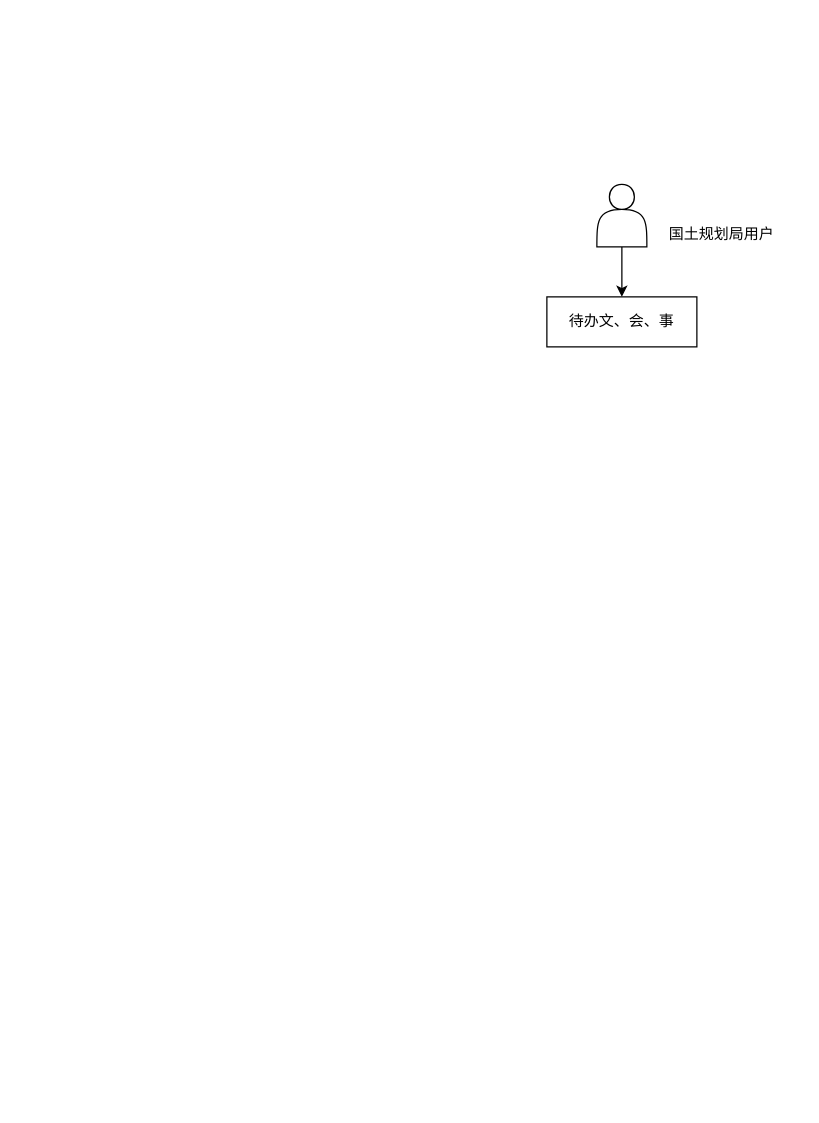
Above: 中软对接.drawio in 806100963/draw.io (draw.io), before the change. Source tidied: cells renumbered, new cells numbered last; positions are measured from the earlier drawing's top-left corner, leaving out a move shared by most shapes. Both pictures are drawn from the tidied source at 125%, with x=0, y=0 at pixel (546, 184).
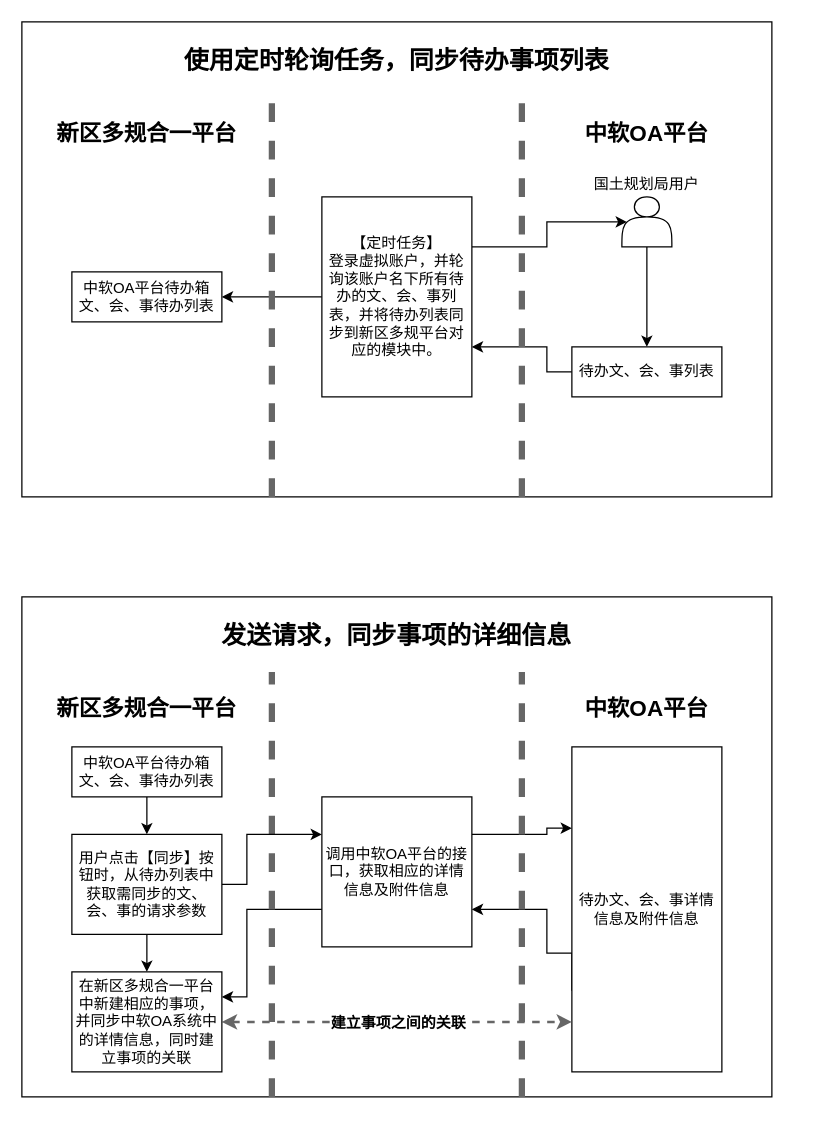
After the change.

Diff of the diagram source:
```diff
@@
+    <mxCell id="6" style="rounded=0;whiteSpace=wrap;html=1;" parent="1" vertex="1">
+      <mxGeometry x="-420" y="-130" width="600" height="380" as="geometry" />
+    </mxCell>
+    <mxCell id="7" style="edgeStyle=orthogonalEdgeStyle;rounded=0;jettySize=auto;html=1;exitX=0;exitY=0.5;exitDx=0;exitDy=0;entryX=1;entryY=0.75;entryDx=0;entryDy=0;" parent="1" edge="1" source="2" target="10">
+      <mxGeometry relative="1" as="geometry">
+        <Array as="points">
+          <mxPoint y="150" />
+          <mxPoint y="130" />
+        </Array>
+      </mxGeometry>
+    </mxCell>
-    <mxCell id="2" value="待办文、会、事" style="rounded=0;whiteSpace=wrap;html=1;" parent="1" vertex="1">
-      <mxGeometry y="90" width="120" height="40" as="geometry" />
+    <mxCell id="2" value="待办文、会、事列表" style="rounded=0;whiteSpace=wrap;html=1;" parent="1" vertex="1">
+      <mxGeometry x="20" y="130" width="120" height="40" as="geometry" />
     </mxCell>
@@
     <mxCell id="4" style="shape=actor;whiteSpace=wrap;html=1;" parent="1" vertex="1">
-      <mxGeometry x="40" width="40" height="50" as="geometry" />
+      <mxGeometry x="60" y="10" width="40" height="40" as="geometry" />
     </mxCell>
     <mxCell id="5" value="国土规划局用户" style="text;html=1;strokeColor=none;fillColor=none;align=center;verticalAlign=middle;whiteSpace=wrap;rounded=0;" parent="1" vertex="1">
-      <mxGeometry x="80" y="30" width="120" height="20" as="geometry" />
+      <mxGeometry x="30" y="-10" width="100" height="20" as="geometry" />
     </mxCell>
+    <mxCell id="8" style="edgeStyle=orthogonalEdgeStyle;rounded=0;jettySize=auto;html=1;exitX=1;exitY=0.25;exitDx=0;exitDy=0;entryX=0.1;entryY=0.5;entryDx=0;entryDy=0;entryPerimeter=0;" parent="1" edge="1" source="10" target="4">
+      <mxGeometry relative="1" as="geometry" />
+    </mxCell>
+    <mxCell id="9" style="edgeStyle=orthogonalEdgeStyle;rounded=0;jettySize=auto;html=1;exitX=0;exitY=0.5;exitDx=0;exitDy=0;entryX=1;entryY=0.5;entryDx=0;entryDy=0;" parent="1" edge="1" source="10" target="11">
+      <mxGeometry relative="1" as="geometry" />
+    </mxCell>
+    <mxCell id="10" value="&lt;span&gt;【定时任务】&lt;br&gt;登录虚拟账户，并轮询该账户名下所有待办的文、会、事列表，并将待办列表同步到新区多规平台对应的模块中。&lt;/span&gt;" style="rounded=0;whiteSpace=wrap;html=1;" parent="1" vertex="1">
+      <mxGeometry x="-180" y="10" width="120" height="160" as="geometry" />
+    </mxCell>
+    <mxCell id="11" value="中软OA平台待办箱&lt;br&gt;文、会、事待办列表" style="rounded=0;whiteSpace=wrap;html=1;" parent="1" vertex="1">
+      <mxGeometry x="-380" y="70" width="120" height="40" as="geometry" />
+    </mxCell>
+    <mxCell id="12" style="endArrow=none;dashed=1;html=1;strokeWidth=5;fillColor=#f5f5f5;strokeColor=#666666;" parent="1" edge="1">
+      <mxGeometry relative="1" as="geometry">
+        <mxPoint x="-220" y="250" as="sourcePoint" />
+        <mxPoint x="-220" y="-70" as="targetPoint" />
+      </mxGeometry>
+    </mxCell>
+    <mxCell id="13" style="endArrow=none;dashed=1;html=1;strokeWidth=5;fillColor=#f5f5f5;strokeColor=#666666;" parent="1" edge="1">
+      <mxGeometry relative="1" as="geometry">
+        <mxPoint x="-20" y="250" as="sourcePoint" />
+        <mxPoint x="-20" y="-70" as="targetPoint" />
+      </mxGeometry>
+    </mxCell>
+    <mxCell id="14" value="新区多规合一平台" style="text;html=1;strokeColor=none;fillColor=none;align=center;verticalAlign=middle;whiteSpace=wrap;rounded=0;fontSize=18;fontStyle=1;" parent="1" vertex="1">
+      <mxGeometry x="-395" y="-50" width="150" height="20" as="geometry" />
+    </mxCell>
+    <mxCell id="15" value="中软OA平台" style="text;html=1;strokeColor=none;fillColor=none;align=center;verticalAlign=middle;whiteSpace=wrap;rounded=0;fontSize=18;fontStyle=1;" parent="1" vertex="1">
+      <mxGeometry x="5" y="-50" width="150" height="20" as="geometry" />
+    </mxCell>
+    <mxCell id="16" value="使用定时轮询任务，同步待办事项列表" style="text;html=1;strokeColor=none;fillColor=none;align=center;verticalAlign=middle;whiteSpace=wrap;rounded=0;fontSize=20;fontStyle=1;" parent="1" vertex="1">
+      <mxGeometry x="-420" y="-130" width="600" height="60" as="geometry" />
+    </mxCell>
+    <mxCell id="17" style="rounded=0;whiteSpace=wrap;html=1;" parent="1" vertex="1">
+      <mxGeometry x="-420" y="330" width="600" height="400" as="geometry" />
+    </mxCell>
+    <mxCell id="18" style="edgeStyle=orthogonalEdgeStyle;rounded=0;jettySize=auto;html=1;exitX=0;exitY=0.75;exitDx=0;exitDy=0;entryX=1;entryY=0.75;entryDx=0;entryDy=0;fontSize=1;strokeWidth=1;" parent="1" edge="1" source="19" target="22">
+      <mxGeometry relative="1" as="geometry">
+        <Array as="points">
+          <mxPoint y="615" />
+          <mxPoint y="580" />
+        </Array>
+      </mxGeometry>
+    </mxCell>
+    <mxCell id="19" value="待办文、会、事详情信息及附件信息" style="rounded=0;whiteSpace=wrap;html=1;" parent="1" vertex="1">
+      <mxGeometry x="20" y="450" width="120" height="260" as="geometry" />
+    </mxCell>
+    <mxCell id="20" style="edgeStyle=orthogonalEdgeStyle;rounded=0;jettySize=auto;html=1;exitX=0;exitY=0.75;exitDx=0;exitDy=0;entryX=1;entryY=0.25;entryDx=0;entryDy=0;fontSize=1;strokeWidth=1;" parent="1" edge="1" source="22" target="35">
+      <mxGeometry relative="1" as="geometry">
+        <Array as="points">
+          <mxPoint x="-240" y="580" />
+          <mxPoint x="-240" y="650" />
+        </Array>
+      </mxGeometry>
+    </mxCell>
+    <mxCell id="21" style="edgeStyle=orthogonalEdgeStyle;rounded=0;jettySize=auto;html=1;exitX=1;exitY=0.25;exitDx=0;exitDy=0;entryX=0;entryY=0.25;entryDx=0;entryDy=0;fontSize=1;strokeWidth=1;" parent="1" edge="1" source="22" target="19">
+      <mxGeometry relative="1" as="geometry">
+        <Array as="points">
+          <mxPoint y="520" />
+          <mxPoint y="515" />
+        </Array>
+      </mxGeometry>
+    </mxCell>
+    <mxCell id="22" value="调用中软OA平台的接口，获取相应的详情信息及附件信息" style="rounded=0;whiteSpace=wrap;html=1;" parent="1" vertex="1">
+      <mxGeometry x="-180" y="490" width="120" height="120" as="geometry" />
+    </mxCell>
+    <mxCell id="23" style="edgeStyle=orthogonalEdgeStyle;rounded=0;jettySize=auto;html=1;fontSize=1;strokeWidth=1;" parent="1" edge="1" source="24" target="32">
+      <mxGeometry relative="1" as="geometry" />
+    </mxCell>
+    <mxCell id="24" value="中软OA平台待办箱&lt;br&gt;文、会、事待办列表" style="rounded=0;whiteSpace=wrap;html=1;" parent="1" vertex="1">
+      <mxGeometry x="-380" y="450" width="120" height="40" as="geometry" />
+    </mxCell>
+    <mxCell id="25" style="endArrow=none;dashed=1;html=1;strokeWidth=5;fillColor=#f5f5f5;strokeColor=#666666;" parent="1" edge="1">
+      <mxGeometry relative="1" as="geometry">
+        <mxPoint x="-220" y="730" as="sourcePoint" />
+        <mxPoint x="-220" y="390" as="targetPoint" />
+      </mxGeometry>
+    </mxCell>
+    <mxCell id="26" style="endArrow=none;dashed=1;html=1;strokeWidth=5;fillColor=#f5f5f5;strokeColor=#666666;" parent="1" edge="1">
+      <mxGeometry relative="1" as="geometry">
+        <mxPoint x="-20" y="730" as="sourcePoint" />
+        <mxPoint x="-20" y="390" as="targetPoint" />
+      </mxGeometry>
+    </mxCell>
+    <mxCell id="27" value="新区多规合一平台" style="text;html=1;strokeColor=none;fillColor=none;align=center;verticalAlign=middle;whiteSpace=wrap;rounded=0;fontSize=18;fontStyle=1;" parent="1" vertex="1">
+      <mxGeometry x="-395" y="410" width="150" height="20" as="geometry" />
+    </mxCell>
+    <mxCell id="28" value="中软OA平台" style="text;html=1;strokeColor=none;fillColor=none;align=center;verticalAlign=middle;whiteSpace=wrap;rounded=0;fontSize=18;fontStyle=1;" parent="1" vertex="1">
+      <mxGeometry x="5" y="410" width="150" height="20" as="geometry" />
+    </mxCell>
+    <mxCell id="29" value="发送请求，同步事项的详细信息" style="text;html=1;strokeColor=none;fillColor=none;align=center;verticalAlign=middle;whiteSpace=wrap;rounded=0;fontSize=20;fontStyle=1;" parent="1" vertex="1">
+      <mxGeometry x="-420" y="330" width="600" height="60" as="geometry" />
+    </mxCell>
+    <mxCell id="30" style="edgeStyle=orthogonalEdgeStyle;rounded=0;jettySize=auto;html=1;exitX=1;exitY=0.5;exitDx=0;exitDy=0;entryX=0;entryY=0.25;entryDx=0;entryDy=0;fontSize=1;strokeWidth=1;" parent="1" edge="1" source="32" target="22">
+      <mxGeometry relative="1" as="geometry">
+        <Array as="points">
+          <mxPoint x="-240" y="560" />
+          <mxPoint x="-240" y="520" />
+        </Array>
+      </mxGeometry>
+    </mxCell>
+    <mxCell id="31" style="edgeStyle=orthogonalEdgeStyle;rounded=0;jettySize=auto;html=1;fontSize=1;strokeWidth=1;" parent="1" edge="1" source="32" target="35">
+      <mxGeometry relative="1" as="geometry" />
+    </mxCell>
+    <mxCell id="32" value="用户点击【同步】按钮时，从待办列表中获取需同步的文、会、事的请求参数" style="rounded=0;whiteSpace=wrap;html=1;" parent="1" vertex="1">
+      <mxGeometry x="-380" y="520" width="120" height="80" as="geometry" />
+    </mxCell>
+    <mxCell id="33" style="edgeStyle=orthogonalEdgeStyle;rounded=0;jettySize=auto;html=1;exitX=1;exitY=0.5;exitDx=0;exitDy=0;fontSize=12;strokeWidth=2;dashed=1;startArrow=classic;startFill=1;fillColor=#f5f5f5;strokeColor=#666666;" parent="1" edge="1" source="35" target="19">
+      <mxGeometry relative="1" as="geometry">
+        <Array as="points">
+          <mxPoint x="-120" y="670" />
+          <mxPoint x="-120" y="670" />
+        </Array>
+      </mxGeometry>
+    </mxCell>
+    <mxCell id="34" value="建立事项之间的关联" style="edgeLabel;html=1;align=center;verticalAlign=middle;fontSize=12;fontStyle=1;" parent="33" vertex="1">
+      <mxGeometry x="0.05" y="-1" relative="1" as="geometry">
+        <mxPoint x="-7" y="-1" as="offset" />
+      </mxGeometry>
+    </mxCell>
+    <mxCell id="35" value="在新区多规合一平台中新建相应的事项，并同步中软OA系统中的详情信息，同时建立事项的关联" style="rounded=0;whiteSpace=wrap;html=1;" parent="1" vertex="1">
+      <mxGeometry x="-380" y="630" width="120" height="80" as="geometry" />
+    </mxCell>
```
